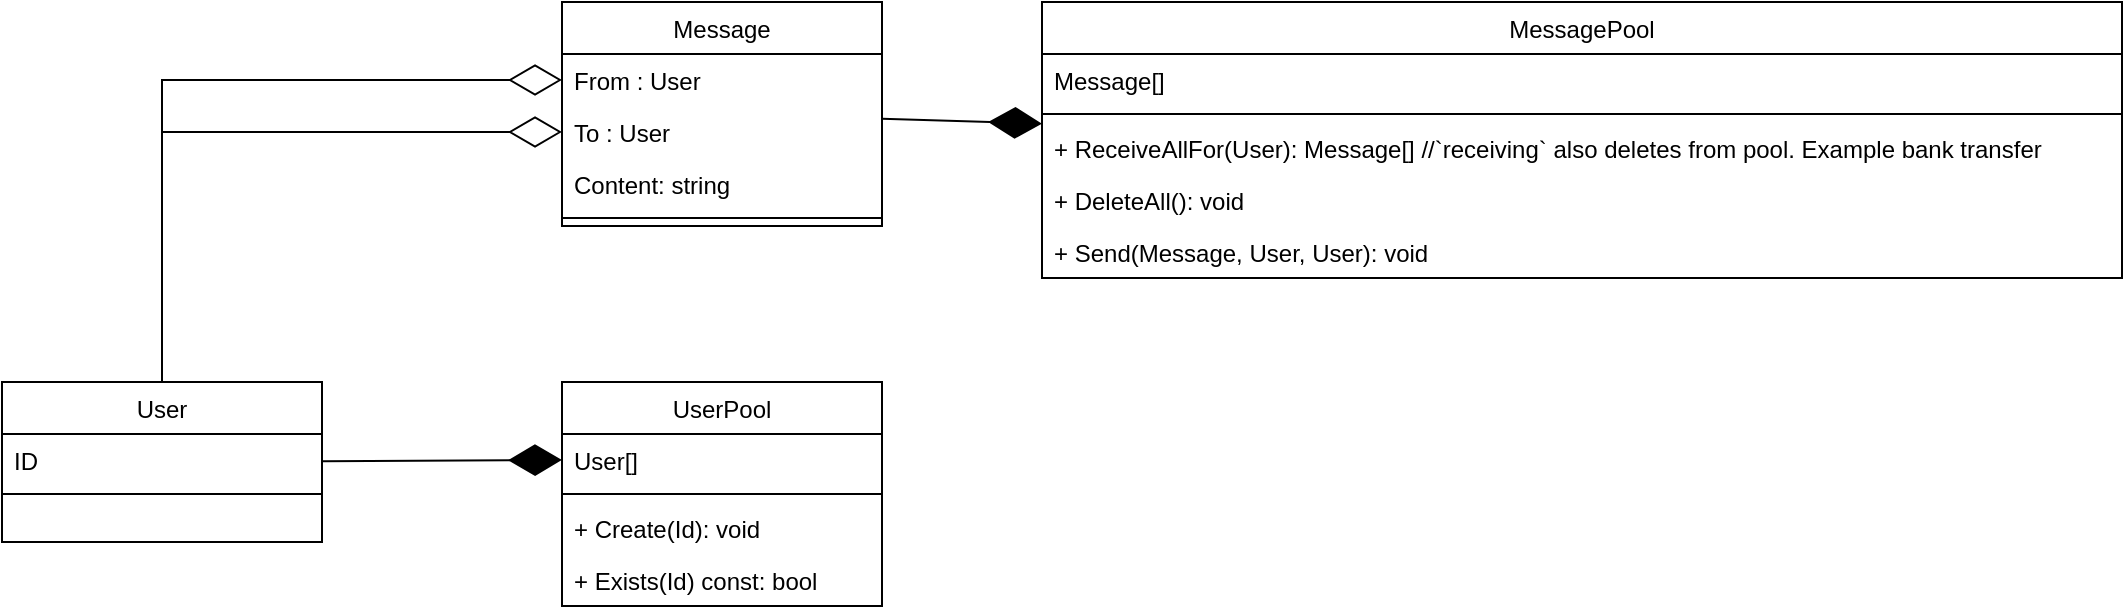
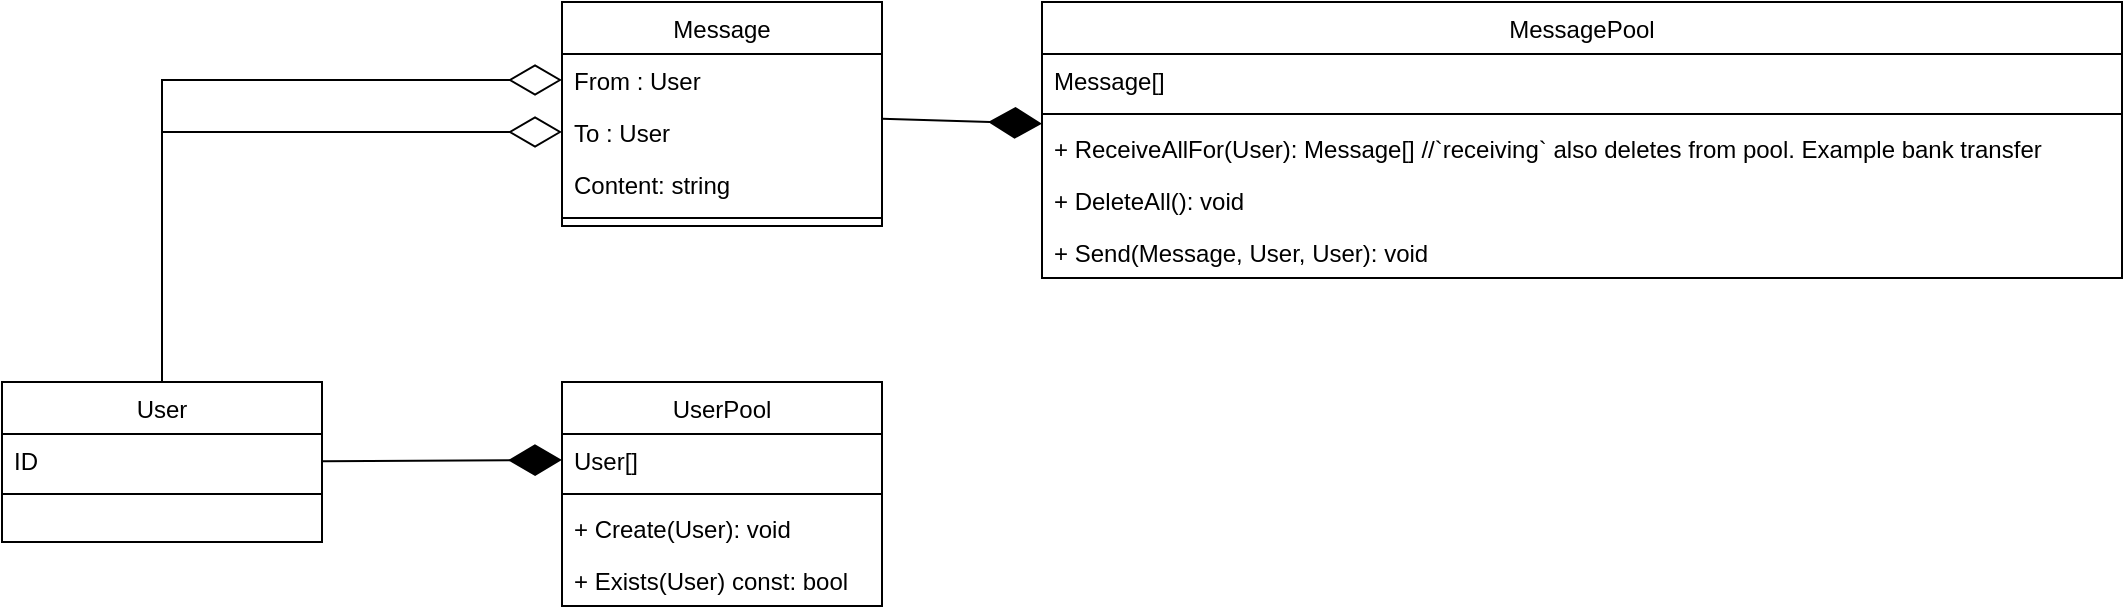
<mxfile host="app.diagrams.net">
  <diagram id="C5RBs43oDa-KdzZeNtuy" name="Page-1">
    <mxGraphModel dx="2241" dy="743" grid="1" gridSize="10" guides="1" tooltips="1" connect="1" arrows="1" fold="1" page="1" pageScale="1" pageWidth="827" pageHeight="1169" math="0" shadow="0">
      <root>
        <mxCell id="WIyWlLk6GJQsqaUBKTNV-0" />
        <mxCell id="WIyWlLk6GJQsqaUBKTNV-1" parent="WIyWlLk6GJQsqaUBKTNV-0" />
        <mxCell id="zkfFHV4jXpPFQw0GAbJ--0" parent="WIyWlLk6GJQsqaUBKTNV-1" style="swimlane;fontStyle=0;align=center;verticalAlign=top;childLayout=stackLayout;horizontal=1;startSize=26;horizontalStack=0;resizeParent=1;resizeLast=0;collapsible=1;marginBottom=0;rounded=0;shadow=0;strokeWidth=1;" value="User" vertex="1">
          <mxGeometry height="80" width="160" x="-350" y="320" as="geometry">
            <mxRectangle height="26" width="160" x="230" y="140" as="alternateBounds" />
          </mxGeometry>
        </mxCell>
        <mxCell id="zkfFHV4jXpPFQw0GAbJ--1" parent="zkfFHV4jXpPFQw0GAbJ--0" style="text;align=left;verticalAlign=top;spacingLeft=4;spacingRight=4;overflow=hidden;rotatable=0;points=[[0,0.5],[1,0.5]];portConstraint=eastwest;" value="ID" vertex="1">
          <mxGeometry height="26" width="160" y="26" as="geometry" />
        </mxCell>
        <mxCell id="zkfFHV4jXpPFQw0GAbJ--4" parent="zkfFHV4jXpPFQw0GAbJ--0" style="line;html=1;strokeWidth=1;align=left;verticalAlign=middle;spacingTop=-1;spacingLeft=3;spacingRight=3;rotatable=0;labelPosition=right;points=[];portConstraint=eastwest;" value="" vertex="1">
          <mxGeometry height="8" width="160" y="52" as="geometry" />
        </mxCell>
        <mxCell id="-3tJNCjm7L6PnxAvqzmT-0" parent="WIyWlLk6GJQsqaUBKTNV-1" style="swimlane;fontStyle=0;align=center;verticalAlign=top;childLayout=stackLayout;horizontal=1;startSize=26;horizontalStack=0;resizeParent=1;resizeLast=0;collapsible=1;marginBottom=0;rounded=0;shadow=0;strokeWidth=1;" value="Message" vertex="1">
          <mxGeometry height="112" width="160" x="-70" y="130" as="geometry">
            <mxRectangle height="26" width="160" x="230" y="140" as="alternateBounds" />
          </mxGeometry>
        </mxCell>
        <mxCell id="-3tJNCjm7L6PnxAvqzmT-1" parent="-3tJNCjm7L6PnxAvqzmT-0" style="text;align=left;verticalAlign=top;spacingLeft=4;spacingRight=4;overflow=hidden;rotatable=0;points=[[0,0.5],[1,0.5]];portConstraint=eastwest;" value="From : User" vertex="1">
          <mxGeometry height="26" width="160" y="26" as="geometry" />
        </mxCell>
        <mxCell id="-3tJNCjm7L6PnxAvqzmT-9" parent="-3tJNCjm7L6PnxAvqzmT-0" style="text;align=left;verticalAlign=top;spacingLeft=4;spacingRight=4;overflow=hidden;rotatable=0;points=[[0,0.5],[1,0.5]];portConstraint=eastwest;" value="To : User" vertex="1">
          <mxGeometry height="26" width="160" y="52" as="geometry" />
        </mxCell>
        <mxCell id="-3tJNCjm7L6PnxAvqzmT-8" parent="-3tJNCjm7L6PnxAvqzmT-0" style="text;align=left;verticalAlign=top;spacingLeft=4;spacingRight=4;overflow=hidden;rotatable=0;points=[[0,0.5],[1,0.5]];portConstraint=eastwest;" value="Content: string" vertex="1">
          <mxGeometry height="26" width="160" y="78" as="geometry" />
        </mxCell>
        <mxCell id="-3tJNCjm7L6PnxAvqzmT-2" parent="-3tJNCjm7L6PnxAvqzmT-0" style="line;html=1;strokeWidth=1;align=left;verticalAlign=middle;spacingTop=-1;spacingLeft=3;spacingRight=3;rotatable=0;labelPosition=right;points=[];portConstraint=eastwest;" value="" vertex="1">
          <mxGeometry height="8" width="160" y="104" as="geometry" />
        </mxCell>
        <mxCell id="-3tJNCjm7L6PnxAvqzmT-3" parent="WIyWlLk6GJQsqaUBKTNV-1" style="swimlane;fontStyle=0;align=center;verticalAlign=top;childLayout=stackLayout;horizontal=1;startSize=26;horizontalStack=0;resizeParent=1;resizeLast=0;collapsible=1;marginBottom=0;rounded=0;shadow=0;strokeWidth=1;" value="UserPool" vertex="1">
          <mxGeometry height="112" width="160" x="-70" y="320" as="geometry">
            <mxRectangle height="26" width="160" x="230" y="140" as="alternateBounds" />
          </mxGeometry>
        </mxCell>
        <mxCell id="-3tJNCjm7L6PnxAvqzmT-4" parent="-3tJNCjm7L6PnxAvqzmT-3" style="text;align=left;verticalAlign=top;spacingLeft=4;spacingRight=4;overflow=hidden;rotatable=0;points=[[0,0.5],[1,0.5]];portConstraint=eastwest;" value="User[]" vertex="1">
          <mxGeometry height="26" width="160" y="26" as="geometry" />
        </mxCell>
        <mxCell id="-3tJNCjm7L6PnxAvqzmT-5" parent="-3tJNCjm7L6PnxAvqzmT-3" style="line;html=1;strokeWidth=1;align=left;verticalAlign=middle;spacingTop=-1;spacingLeft=3;spacingRight=3;rotatable=0;labelPosition=right;points=[];portConstraint=eastwest;" value="" vertex="1">
          <mxGeometry height="8" width="160" y="52" as="geometry" />
        </mxCell>
-         <mxCell id="-3tJNCjm7L6PnxAvqzmT-21" parent="-3tJNCjm7L6PnxAvqzmT-3" style="text;align=left;verticalAlign=top;spacingLeft=4;spacingRight=4;overflow=hidden;rotatable=0;points=[[0,0.5],[1,0.5]];portConstraint=eastwest;" value="+ Create(Id): void" vertex="1">
+         <mxCell id="-3tJNCjm7L6PnxAvqzmT-21" parent="-3tJNCjm7L6PnxAvqzmT-3" style="text;align=left;verticalAlign=top;spacingLeft=4;spacingRight=4;overflow=hidden;rotatable=0;points=[[0,0.5],[1,0.5]];portConstraint=eastwest;" value="+ Create(User): void" vertex="1">
          <mxGeometry height="26" width="160" y="60" as="geometry" />
        </mxCell>
-         <mxCell id="-3tJNCjm7L6PnxAvqzmT-7" parent="-3tJNCjm7L6PnxAvqzmT-3" style="text;align=left;verticalAlign=top;spacingLeft=4;spacingRight=4;overflow=hidden;rotatable=0;points=[[0,0.5],[1,0.5]];portConstraint=eastwest;" value="+ Exists(Id) const: bool" vertex="1">
+         <mxCell id="-3tJNCjm7L6PnxAvqzmT-7" parent="-3tJNCjm7L6PnxAvqzmT-3" style="text;align=left;verticalAlign=top;spacingLeft=4;spacingRight=4;overflow=hidden;rotatable=0;points=[[0,0.5],[1,0.5]];portConstraint=eastwest;" value="+ Exists(User) const: bool" vertex="1">
          <mxGeometry height="26" width="160" y="86" as="geometry" />
        </mxCell>
        <mxCell id="-3tJNCjm7L6PnxAvqzmT-6" edge="1" parent="WIyWlLk6GJQsqaUBKTNV-1" source="zkfFHV4jXpPFQw0GAbJ--0" style="endArrow=diamondThin;endFill=1;endSize=24;html=1;rounded=0;entryX=0;entryY=0.5;entryDx=0;entryDy=0;" target="-3tJNCjm7L6PnxAvqzmT-4" value="">
          <mxGeometry relative="1" width="160" as="geometry">
            <mxPoint x="-150" y="310" as="sourcePoint" />
            <mxPoint x="10" y="310" as="targetPoint" />
          </mxGeometry>
        </mxCell>
        <mxCell id="-3tJNCjm7L6PnxAvqzmT-10" edge="1" parent="WIyWlLk6GJQsqaUBKTNV-1" source="zkfFHV4jXpPFQw0GAbJ--0" style="endArrow=diamondThin;endFill=0;endSize=24;html=1;rounded=0;entryX=0;entryY=0.5;entryDx=0;entryDy=0;edgeStyle=orthogonalEdgeStyle;" target="-3tJNCjm7L6PnxAvqzmT-1" value="">
          <mxGeometry relative="1" width="160" as="geometry">
            <mxPoint x="-320" y="210" as="sourcePoint" />
            <mxPoint x="-160" y="210" as="targetPoint" />
          </mxGeometry>
        </mxCell>
        <mxCell id="-3tJNCjm7L6PnxAvqzmT-11" edge="1" parent="WIyWlLk6GJQsqaUBKTNV-1" source="zkfFHV4jXpPFQw0GAbJ--0" style="endArrow=diamondThin;endFill=0;endSize=24;html=1;rounded=0;entryX=0;entryY=0.5;entryDx=0;entryDy=0;edgeStyle=orthogonalEdgeStyle;" target="-3tJNCjm7L6PnxAvqzmT-9" value="">
          <mxGeometry relative="1" width="160" as="geometry">
            <mxPoint x="-310" y="611" as="sourcePoint" />
            <mxPoint x="-110" y="460" as="targetPoint" />
          </mxGeometry>
        </mxCell>
        <mxCell id="-3tJNCjm7L6PnxAvqzmT-12" parent="WIyWlLk6GJQsqaUBKTNV-1" style="swimlane;fontStyle=0;align=center;verticalAlign=top;childLayout=stackLayout;horizontal=1;startSize=26;horizontalStack=0;resizeParent=1;resizeLast=0;collapsible=1;marginBottom=0;rounded=0;shadow=0;strokeWidth=1;" value="MessagePool" vertex="1">
          <mxGeometry height="138" width="540" x="170" y="130" as="geometry">
            <mxRectangle height="26" width="160" x="230" y="140" as="alternateBounds" />
          </mxGeometry>
        </mxCell>
        <mxCell id="-3tJNCjm7L6PnxAvqzmT-15" parent="-3tJNCjm7L6PnxAvqzmT-12" style="text;align=left;verticalAlign=top;spacingLeft=4;spacingRight=4;overflow=hidden;rotatable=0;points=[[0,0.5],[1,0.5]];portConstraint=eastwest;" value="Message[]" vertex="1">
          <mxGeometry height="26" width="540" y="26" as="geometry" />
        </mxCell>
        <mxCell id="-3tJNCjm7L6PnxAvqzmT-16" parent="-3tJNCjm7L6PnxAvqzmT-12" style="line;html=1;strokeWidth=1;align=left;verticalAlign=middle;spacingTop=-1;spacingLeft=3;spacingRight=3;rotatable=0;labelPosition=right;points=[];portConstraint=eastwest;" value="" vertex="1">
          <mxGeometry height="8" width="540" y="52" as="geometry" />
        </mxCell>
        <mxCell id="-3tJNCjm7L6PnxAvqzmT-18" parent="-3tJNCjm7L6PnxAvqzmT-12" style="text;align=left;verticalAlign=top;spacingLeft=4;spacingRight=4;overflow=hidden;rotatable=0;points=[[0,0.5],[1,0.5]];portConstraint=eastwest;" value="+ ReceiveAllFor(User): Message[] //`receiving` also deletes from pool. Example bank transfer" vertex="1">
          <mxGeometry height="26" width="540" y="60" as="geometry" />
        </mxCell>
        <mxCell id="-3tJNCjm7L6PnxAvqzmT-19" parent="-3tJNCjm7L6PnxAvqzmT-12" style="text;align=left;verticalAlign=top;spacingLeft=4;spacingRight=4;overflow=hidden;rotatable=0;points=[[0,0.5],[1,0.5]];portConstraint=eastwest;" value="+ DeleteAll(): void" vertex="1">
          <mxGeometry height="26" width="540" y="86" as="geometry" />
        </mxCell>
        <mxCell id="-3tJNCjm7L6PnxAvqzmT-20" parent="-3tJNCjm7L6PnxAvqzmT-12" style="text;align=left;verticalAlign=top;spacingLeft=4;spacingRight=4;overflow=hidden;rotatable=0;points=[[0,0.5],[1,0.5]];portConstraint=eastwest;" value="+ Send(Message, User, User): void" vertex="1">
          <mxGeometry height="26" width="540" y="112" as="geometry" />
        </mxCell>
        <mxCell id="-3tJNCjm7L6PnxAvqzmT-17" edge="1" parent="WIyWlLk6GJQsqaUBKTNV-1" source="-3tJNCjm7L6PnxAvqzmT-0" style="endArrow=diamondThin;endFill=1;endSize=24;html=1;rounded=0;" target="-3tJNCjm7L6PnxAvqzmT-12" value="">
          <mxGeometry relative="1" width="160" as="geometry">
            <mxPoint x="150" y="451" as="sourcePoint" />
            <mxPoint x="270" y="450" as="targetPoint" />
          </mxGeometry>
        </mxCell>
      </root>
    </mxGraphModel>
  </diagram>
</mxfile>
